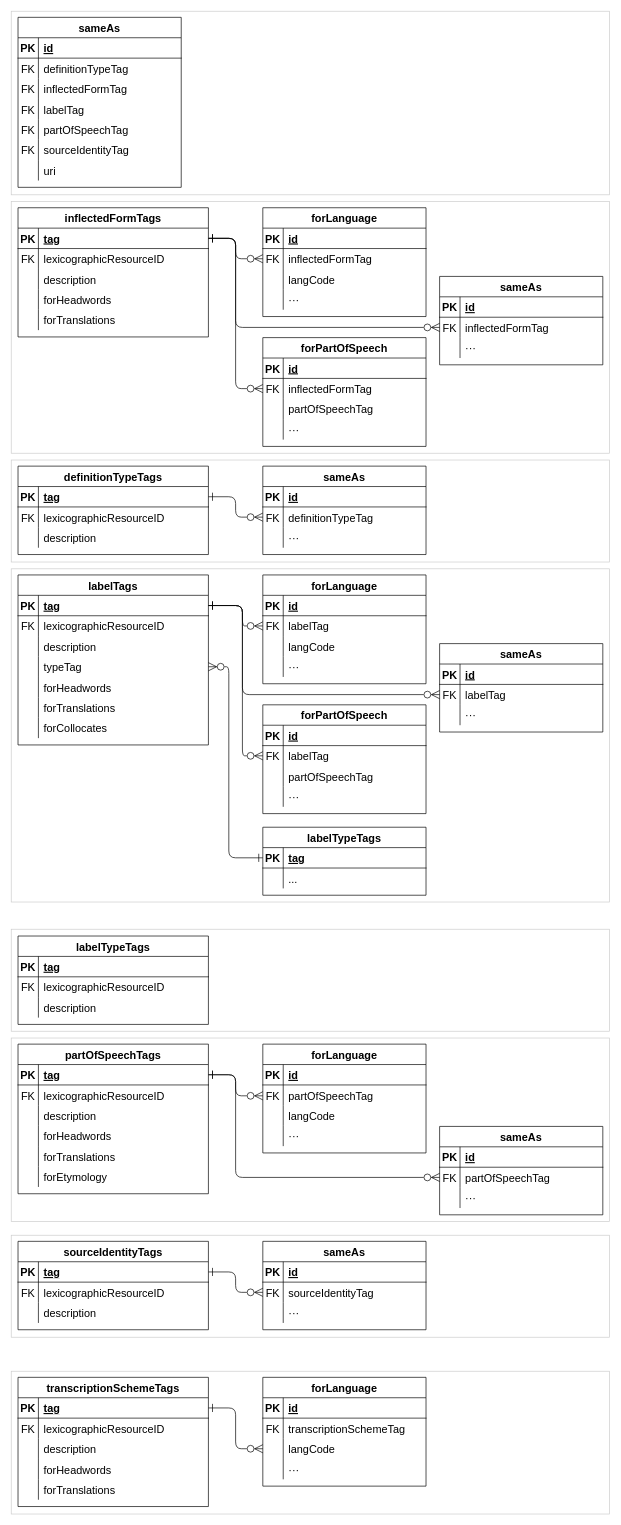
Before: dmlex-v1.0/specification/modules/values/databaseDiagrams/diagrams.drawio in oasis-tcs/lexidma, a draw.io diagram. Source tidied: cells renumbered, new cells numbered last; positions are measured from the earlier drawing's top-left corner, leaving out a move shared by most shapes. Both pictures are drawn from the tidied source at 68%, with x=0, y=0 at pixel (11, 11).
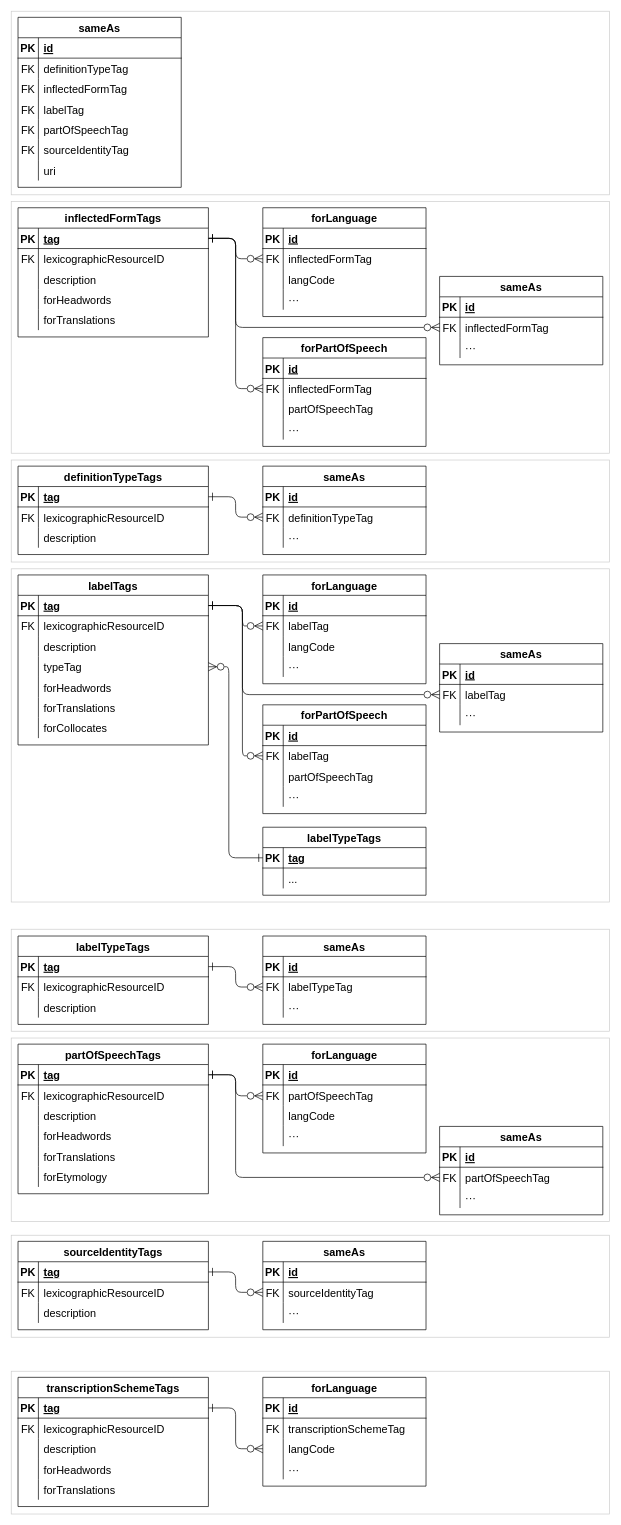
The same page after the edit.

Unchanged cells that the change refers to:
```xml
<mxCell id="169" style="shape=tableRow;horizontal=0;startSize=0;swimlaneHead=0;swimlaneBody=0;fillColor=none;points=[[0,0.5],[1,0.5]];portConstraint=eastwest;top=0;left=0;right=0;bottom=1;fontSize=16;" parent="168" vertex="1">
  <mxGeometry y="30" width="280" height="30" as="geometry" />
</mxCell>
```

The edit, as a diff of the source:
```diff
@@
+    <mxCell id="282" value="sameAs" style="shape=table;startSize=30;childLayout=tableLayout;rowLines=0;fontStyle=1;align=center;fontSize=16;" parent="1" vertex="1">
+      <mxGeometry x="370" y="1360" width="240" height="130" as="geometry" />
+    </mxCell>
+    <mxCell id="283" style="shape=tableRow;horizontal=0;startSize=0;swimlaneHead=0;swimlaneBody=0;fillColor=none;top=0;left=0;right=0;bottom=1;fontSize=16;" parent="282" vertex="1">
+      <mxGeometry y="30" width="240" height="30" as="geometry" />
+    </mxCell>
+    <mxCell id="284" value="PK" style="shape=partialRectangle;fillColor=none;top=0;left=0;bottom=0;right=0;fontStyle=1;overflow=hidden;fontSize=16;" parent="283" vertex="1">
+      <mxGeometry width="30" height="30" as="geometry" />
+    </mxCell>
+    <mxCell id="285" value="id" style="shape=partialRectangle;fillColor=none;top=0;left=0;bottom=0;right=0;align=left;spacingLeft=6;fontStyle=5;overflow=hidden;fontSize=16;" parent="283" vertex="1">
+      <mxGeometry x="30" width="210" height="30" as="geometry" />
+    </mxCell>
+    <mxCell id="286" style="shape=tableRow;horizontal=0;startSize=0;swimlaneHead=0;swimlaneBody=0;fillColor=none;points=[[0,0.5],[1,0.5]];portConstraint=eastwest;top=0;left=0;right=0;bottom=0;fontSize=16;" parent="282" vertex="1">
+      <mxGeometry y="60" width="240" height="30" as="geometry" />
+    </mxCell>
+    <mxCell id="287" value="FK" style="shape=partialRectangle;fillColor=none;top=0;left=0;bottom=0;right=0;overflow=hidden;fontSize=16;" parent="286" vertex="1">
+      <mxGeometry width="30" height="30" as="geometry" />
+    </mxCell>
+    <mxCell id="288" value="labelTypeTag" style="shape=partialRectangle;fillColor=none;top=0;left=0;bottom=0;right=0;align=left;spacingLeft=6;overflow=hidden;fontSize=16;" parent="286" vertex="1">
+      <mxGeometry x="30" width="210" height="30" as="geometry" />
+    </mxCell>
+    <mxCell id="289" style="shape=tableRow;horizontal=0;startSize=0;swimlaneHead=0;swimlaneBody=0;fillColor=none;top=0;left=0;right=0;bottom=0;fontSize=16;" parent="282" vertex="1">
+      <mxGeometry y="90" width="240" height="30" as="geometry" />
+    </mxCell>
+    <mxCell id="290" style="shape=partialRectangle;fillColor=none;top=0;left=0;bottom=0;right=0;overflow=hidden;fontSize=16;" parent="289" vertex="1">
+      <mxGeometry width="30" height="30" as="geometry" />
+    </mxCell>
+    <mxCell id="291" value="···" style="shape=partialRectangle;fillColor=none;top=0;left=0;bottom=0;right=0;align=left;spacingLeft=6;overflow=hidden;fontSize=16;" parent="289" vertex="1">
+      <mxGeometry x="30" width="210" height="30" as="geometry" />
+    </mxCell>
+    <mxCell id="292" style="edgeStyle=orthogonalEdgeStyle;shape=connector;rounded=1;jettySize=auto;html=1;exitX=1;exitY=0.5;exitDx=0;exitDy=0;labelBackgroundColor=default;strokeColor=default;fontFamily=Helvetica;fontSize=11;fontColor=default;startArrow=ERone;startFill=0;endArrow=ERzeroToMany;endFill=0;startSize=10;endSize=10;" parent="1" edge="1" source="169" target="286">
+      <mxGeometry relative="1" as="geometry" />
+    </mxCell>
```
